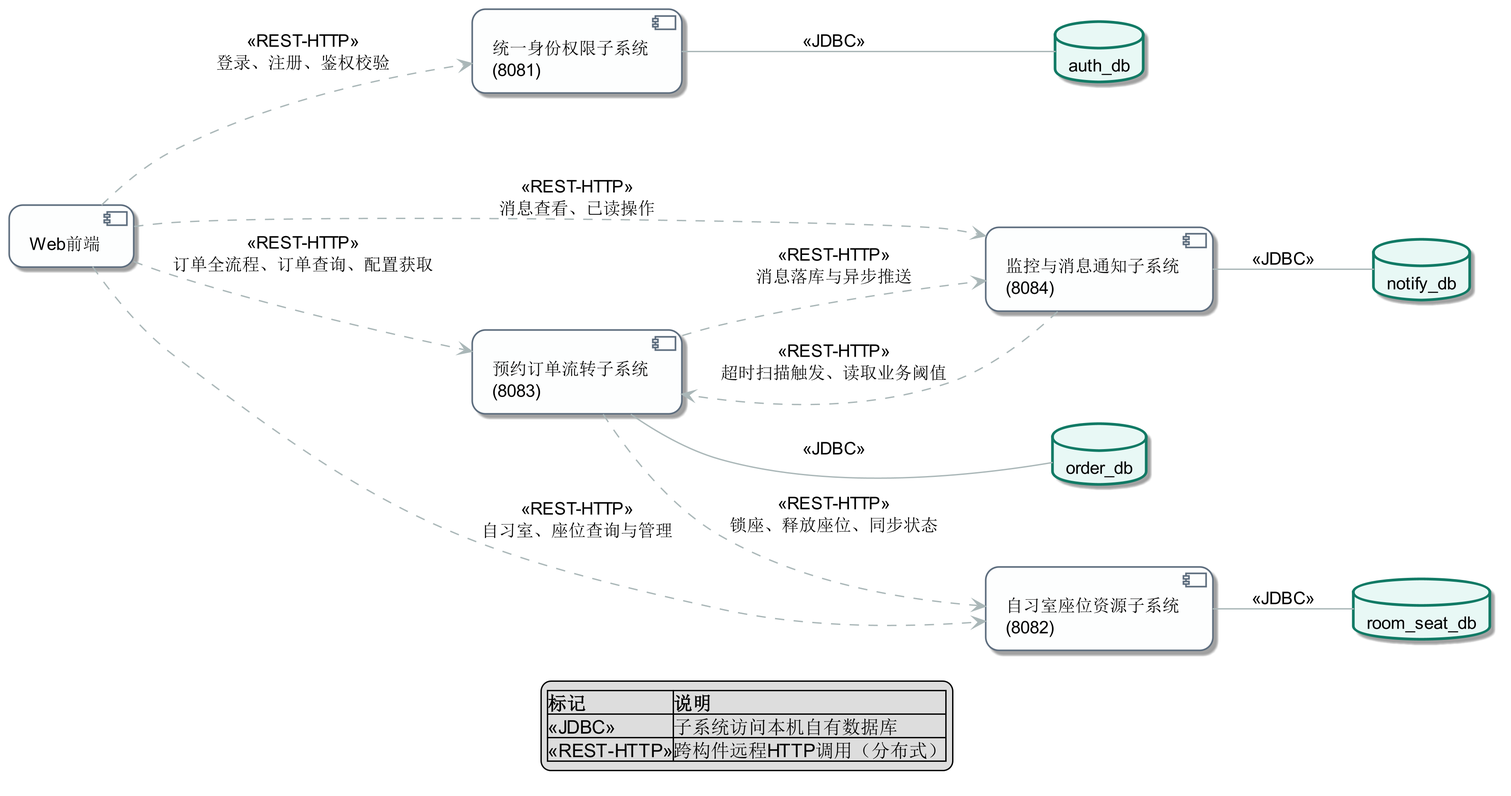
Above: 03_UML设计模型/校园自习室分布式预约管理系统_构件图.png in wlmm123/campus-study-room-system (PlantUML), before the change.
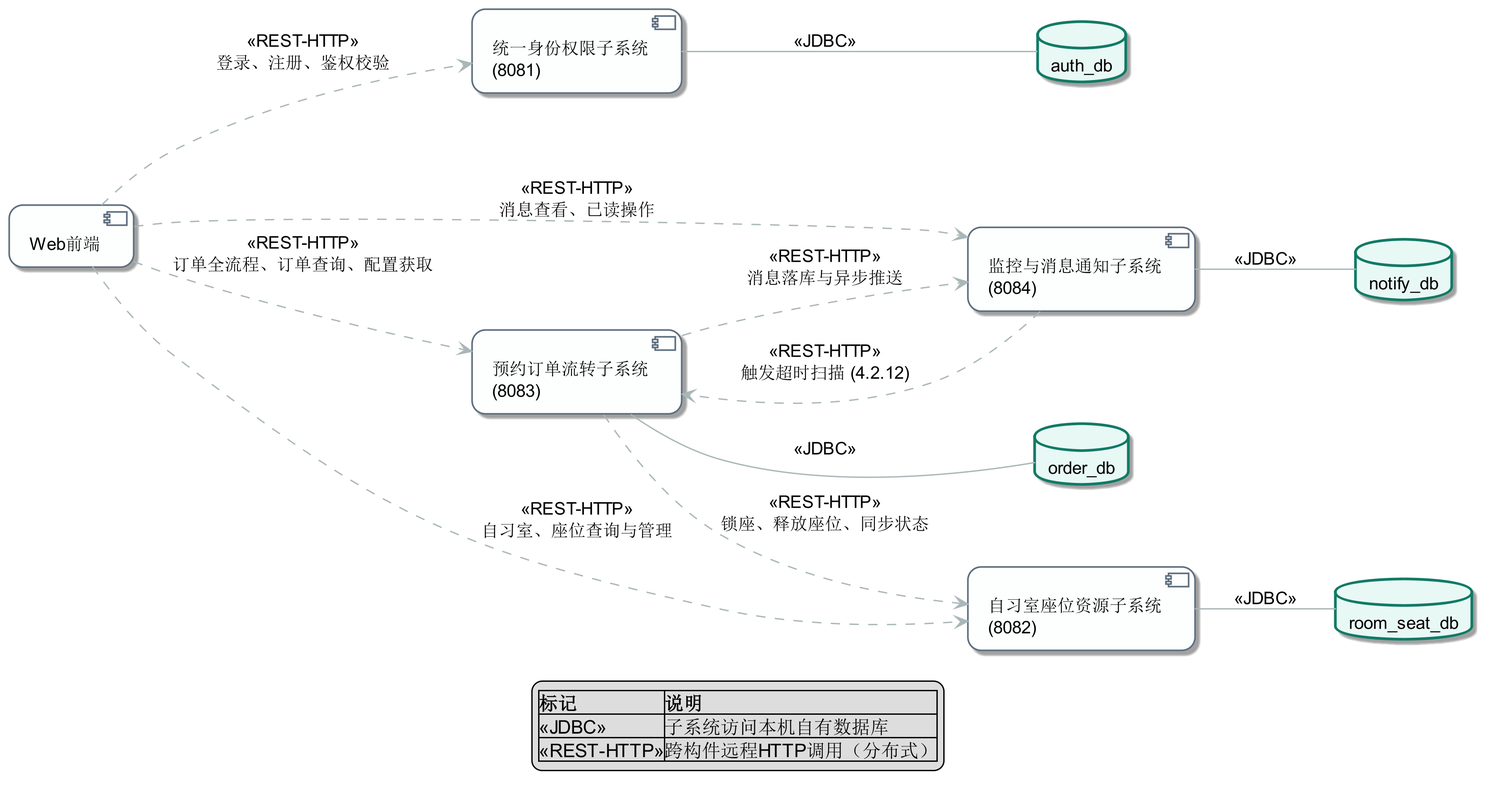
Above is the later version.

Commit message:
成员3-构件图 puml 源文件 + PNG 图片（2.0）

Diff of the diagram source:
```diff
@@ -50,7 +50,7 @@
 
 order ..> seat : <<REST-HTTP>>\n锁座、释放座位、同步状态
 order ..> notify : <<REST-HTTP>>\n消息落库与异步推送
-notify ..> order : <<REST-HTTP>>\n超时扫描触发、读取业务阈值
+notify ..> order : <<REST-HTTP>>\n触发超时扫描 (4.2.12)
 
 legend bottom
 |=标记|=说明|
```
